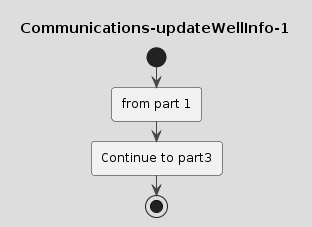
Above: drawings/Communications-updateWellInfo-1.png in coding-to-music/plantuml-diagram-examples (PlantUML), before the change. The source it was exported from:
```plantuml
@startuml Communications-updateWellInfo-1
!theme toy
title Communications-updateWellInfo-1
start

:from part 1;




:Continue to part3;
stop
@enduml
```
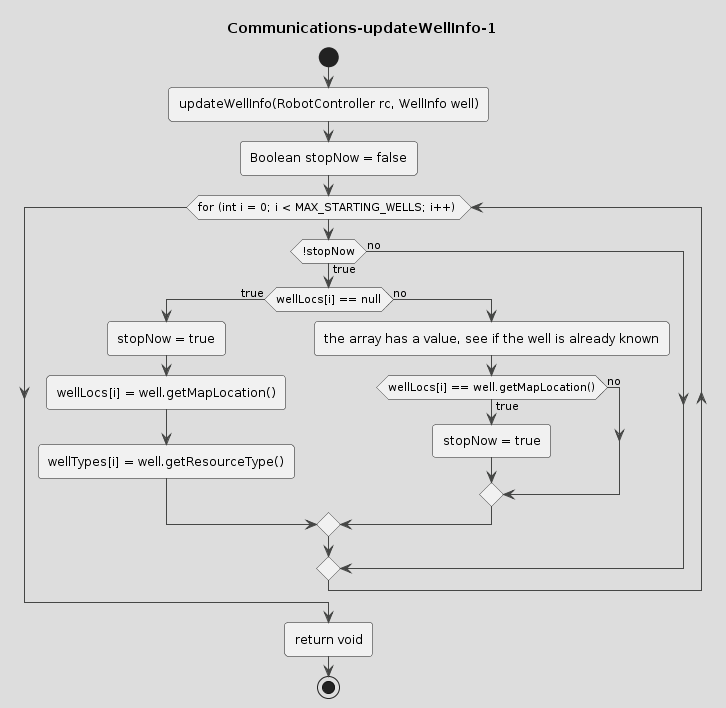
After the commit.

What changed in the source:
```diff
@@ -3,11 +3,29 @@
 title Communications-updateWellInfo-1
 start
 
-:from part 1;
 
 
 
+:updateWellInfo(RobotController rc, WellInfo well);
+:Boolean stopNow = false;
+while (for (int i = 0; i < MAX_STARTING_WELLS; i++) )
+    if (!stopNow) then (true)
+        if (wellLocs[i] == null) then (true)
+            :stopNow = true;
+            :wellLocs[i] = well.getMapLocation();
+            :wellTypes[i] = well.getResourceType();
+        else (no)
+            :the array has a value, see if the well is already known;
+            if (wellLocs[i] == well.getMapLocation()) then (true)
+                :stopNow = true;
+            else (no)
+            endif
+        endif
+    else (no)
+    endif
+endwhile
 
-:Continue to part3;
+:return void;
+
 stop
 @enduml
```
